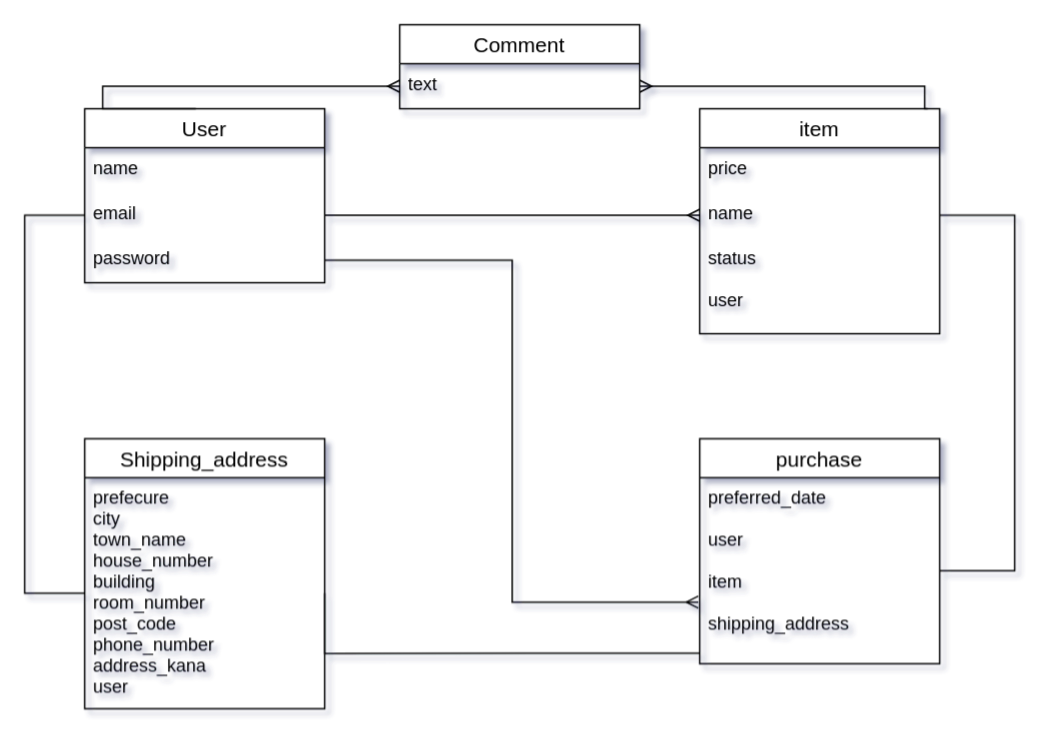
This is ER.dio from e0msb4g/furima-30600, a draw.io file, before an edit. Source tidied: cells renumbered, new cells numbered last; positions are measured from the earlier drawing's top-left corner, leaving out a move shared by most shapes. Both pictures are drawn from the tidied source at 150%, with x=0, y=0 at pixel (24, 24).
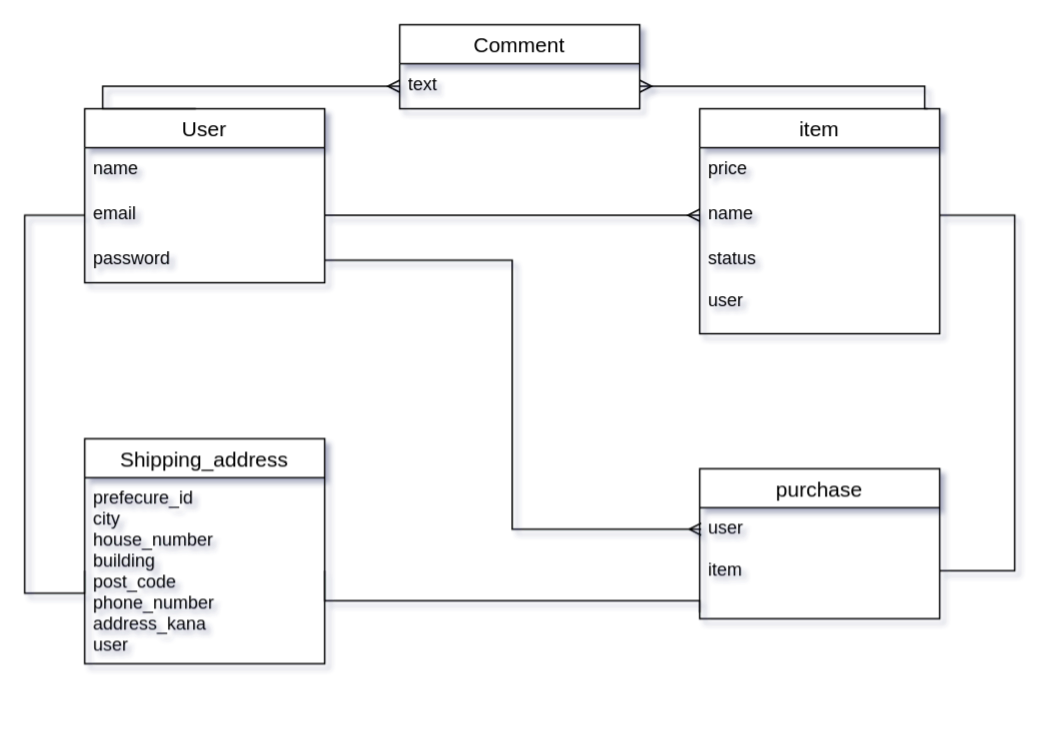
The same page after the edit.

Commit message (it also covers changes not shown here):
テーブル設計、ER図修正（２回目）

Unchanged cells that the change refers to:
```xml
<mxCell id="5" value="password" style="text;strokeColor=none;fillColor=none;spacingLeft=4;spacingRight=4;overflow=hidden;points=[[0,0.5],[1,0.5]];portConstraint=eastwest;fontSize=12;" parent="2" vertex="1">
  <mxGeometry y="86" width="160" height="30" as="geometry" />
</mxCell>
```

The edit, as a diff of the source:
```diff
@@
     <mxCell id="15" value="Shipping_address" style="swimlane;fontStyle=0;horizontal=1;startSize=26;align=center;fontSize=14;" parent="1" vertex="1">
-      <mxGeometry x="40" y="276" width="160" height="180" as="geometry" />
+      <mxGeometry x="40" y="276" width="160" height="150" as="geometry" />
     </mxCell>
-    <mxCell id="16" value="prefecure&#10;city&#10;town_name&#10;house_number&#10;building&#10;room_number&#10;post_code&#10;phone_number&#10;address_kana&#10;user&#10;&#10;" style="text;strokeColor=none;fillColor=none;spacingLeft=4;spacingRight=4;overflow=hidden;points=[[0,0.5],[1,0.5]];portConstraint=eastwest;fontSize=12;" parent="15" vertex="1">
-      <mxGeometry y="26" width="160" height="154" as="geometry" />
+    <mxCell id="16" value="prefecure_id&#10;city&#10;house_number&#10;building&#10;post_code&#10;phone_number&#10;address_kana&#10;user&#10;" style="text;strokeColor=none;fillColor=none;spacingLeft=4;spacingRight=4;overflow=hidden;points=[[0,0.5],[1,0.5]];portConstraint=eastwest;fontSize=12;" parent="15" vertex="1">
+      <mxGeometry y="26" width="160" height="124" as="geometry" />
     </mxCell>
@@
-    <mxCell id="18" value="purchase" style="swimlane;fontStyle=0;horizontal=1;startSize=26;align=center;fontSize=14;" parent="1" vertex="1">
-      <mxGeometry x="450" y="276" width="160" height="150" as="geometry" />
-    </mxCell>
-    <mxCell id="19" value="preferred_date&#10;&#10;user&#10;&#10;item&#10;&#10;shipping_address" style="text;strokeColor=none;fillColor=none;spacingLeft=4;spacingRight=4;overflow=hidden;points=[[0,0.5],[1,0.5]];portConstraint=eastwest;fontSize=12;" parent="18" vertex="1">
-      <mxGeometry y="26" width="160" height="124" as="geometry" />
-    </mxCell>
@@
-    <mxCell id="21" style="edgeStyle=orthogonalEdgeStyle;rounded=0;jettySize=auto;html=1;exitX=1;exitY=0.5;exitDx=0;exitDy=0;entryX=-0.006;entryY=0.669;entryDx=0;entryDy=0;entryPerimeter=0;endArrow=ERmany;endFill=0;" parent="1" edge="1" source="5" target="19">
+    <mxCell id="21" style="edgeStyle=orthogonalEdgeStyle;rounded=0;jettySize=auto;html=1;exitX=1;exitY=0.5;exitDx=0;exitDy=0;entryX=0.006;entryY=0.194;entryDx=0;entryDy=0;entryPerimeter=0;endArrow=ERmany;endFill=0;" parent="1" edge="1" source="5" target="19">
       <mxGeometry relative="1" as="geometry" />
     </mxCell>
     <mxCell id="22" style="edgeStyle=orthogonalEdgeStyle;rounded=0;jettySize=auto;html=1;exitX=1;exitY=0.5;exitDx=0;exitDy=0;entryX=0;entryY=0.944;entryDx=0;entryDy=0;entryPerimeter=0;endArrow=none;endFill=0;" parent="1" edge="1" source="16" target="19">
       <mxGeometry relative="1" as="geometry">
         <Array as="points">
-          <mxPoint x="200" y="419" />
+          <mxPoint x="200" y="384" />
+          <mxPoint x="450" y="384" />
         </Array>
       </mxGeometry>
     </mxCell>
+    <mxCell id="18" value="purchase" style="swimlane;fontStyle=0;horizontal=1;startSize=26;align=center;fontSize=14;" parent="1" vertex="1">
+      <mxGeometry x="450" y="296" width="160" height="100" as="geometry" />
+    </mxCell>
+    <mxCell id="19" value="user&#10;&#10;item&#10;&#10;" style="text;strokeColor=none;fillColor=none;spacingLeft=4;spacingRight=4;overflow=hidden;points=[[0,0.5],[1,0.5]];portConstraint=eastwest;fontSize=12;" parent="18" vertex="1">
+      <mxGeometry y="26" width="160" height="74" as="geometry" />
+    </mxCell>
```
